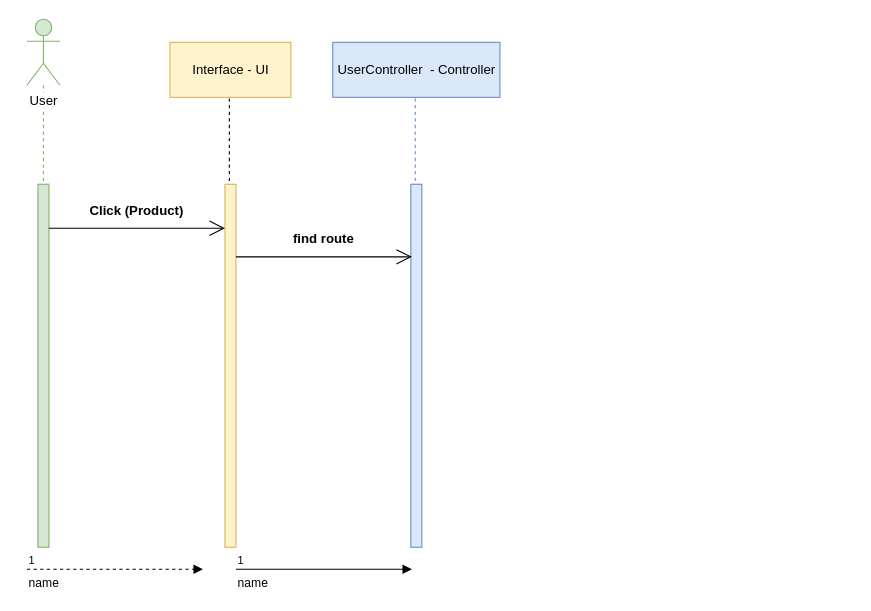
duyphuong403/PetCare keeps this draw.io diagram as page "Product" (2 of 3) of Guest-sequence.drawio. Above is the earlier version. Source tidied: cells renumbered, new cells numbered last; positions are measured from the earlier drawing's top-left corner, leaving out a move shared by most shapes. Both pictures are drawn from the tidied source at 110%, with x=0, y=0 at pixel (26, 19).
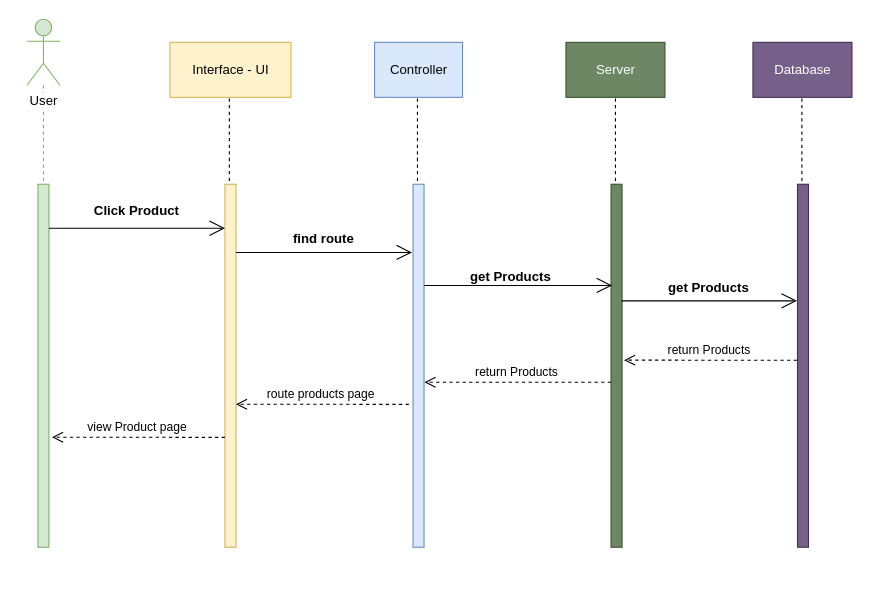
Above is the later version.

Unchanged cells that the change refers to:
```xml
<mxCell id="3" value="User" style="shape=umlActor;verticalLabelPosition=bottom;labelBackgroundColor=#ffffff;verticalAlign=top;html=1;fillColor=#d5e8d4;strokeColor=#82b366;" parent="1" vertex="1">
  <mxGeometry width="30" height="60" as="geometry" />
</mxCell>
```

The edit, as a diff of the source:
```diff
@@
-    <mxCell id="2" style="edgeStyle=orthogonalEdgeStyle;rounded=0;jettySize=auto;html=1;dashed=1;endArrow=none;endFill=0;fillColor=#d5e8d4;strokeColor=#82b366;" parent="1" edge="1" source="3" target="4">
-      <mxGeometry relative="1" as="geometry" />
-    </mxCell>
+    <mxCell id="19" style="edgeStyle=orthogonalEdgeStyle;rounded=0;jettySize=auto;html=1;dashed=1;endArrow=none;endFill=0;fillColor=#d5e8d4;strokeColor=#82b366;" parent="1" edge="1" source="3" target="20">
+      <mxGeometry relative="1" as="geometry" />
+    </mxCell>
@@
-    <mxCell id="4" style="html=1;points=[];perimeter=orthogonalPerimeter;fillColor=#d5e8d4;strokeColor=#82b366;" parent="1" vertex="1">
-      <mxGeometry x="10" y="150" width="10" height="330" as="geometry" />
-    </mxCell>
-    <mxCell id="5" style="edgeStyle=orthogonalEdgeStyle;rounded=0;orthogonalLoop=1;jettySize=auto;html=1;dashed=1;endArrow=none;endFill=0;" parent="1" edge="1">
-      <mxGeometry relative="1" as="geometry">
-        <mxPoint x="184" y="72" as="sourcePoint" />
-        <mxPoint x="184" y="152" as="targetPoint" />
-      </mxGeometry>
-    </mxCell>
+    <mxCell id="20" style="html=1;points=[];perimeter=orthogonalPerimeter;fillColor=#d5e8d4;strokeColor=#82b366;" parent="1" vertex="1">
+      <mxGeometry x="10" y="150" width="10" height="330" as="geometry" />
+    </mxCell>
+    <mxCell id="21" style="edgeStyle=orthogonalEdgeStyle;rounded=0;orthogonalLoop=1;jettySize=auto;html=1;dashed=1;endArrow=none;endFill=0;" parent="1" edge="1">
+      <mxGeometry relative="1" as="geometry">
+        <mxPoint x="184" y="72" as="sourcePoint" />
+        <mxPoint x="184" y="152" as="targetPoint" />
+      </mxGeometry>
+    </mxCell>
@@
-    <mxCell id="7" style="html=1;perimeter=orthogonalPerimeter;fillColor=#fff2cc;strokeColor=#d6b656;" parent="1" vertex="1">
-      <mxGeometry x="180" y="150" width="10" height="330" as="geometry" />
-    </mxCell>
-    <mxCell id="8" value="name" style="endArrow=block;endFill=1;html=1;edgeStyle=orthogonalEdgeStyle;align=left;verticalAlign=top;dashed=1;" parent="1" edge="1">
-      <mxGeometry x="-1" relative="1" as="geometry">
-        <mxPoint y="500" as="sourcePoint" />
-        <mxPoint x="160" y="500" as="targetPoint" />
-      </mxGeometry>
-    </mxCell>
-    <mxCell id="9" value="1" style="html=1;align=left;verticalAlign=bottom;labelBackgroundColor=#ffffff;fontSize=10;" parent="8" vertex="1">
-      <mxGeometry x="-1" relative="1" as="geometry" />
-    </mxCell>
-    <mxCell id="10" value="name" style="endArrow=block;endFill=1;html=1;edgeStyle=orthogonalEdgeStyle;align=left;verticalAlign=top;" parent="1" edge="1">
-      <mxGeometry x="-1" relative="1" as="geometry">
-        <mxPoint x="190" y="500" as="sourcePoint" />
-        <mxPoint x="350" y="500" as="targetPoint" />
-      </mxGeometry>
-    </mxCell>
-    <mxCell id="11" value="1" style="html=1;align=left;verticalAlign=bottom;labelBackgroundColor=#ffffff;fontSize=10;" parent="10" vertex="1">
-      <mxGeometry x="-1" relative="1" as="geometry" />
-    </mxCell>
-    <mxCell id="12" style="endArrow=open;endFill=1;endSize=12;html=1;" parent="1" edge="1">
-      <mxGeometry relative="1" as="geometry">
-        <mxPoint x="20" y="190" as="sourcePoint" />
-        <mxPoint x="180" y="190" as="targetPoint" />
-      </mxGeometry>
-    </mxCell>
-    <mxCell id="13" value="Click (Product)" style="text;align=center;fontStyle=1;verticalAlign=middle;spacingLeft=3;spacingRight=3;strokeColor=none;" parent="1" vertex="1">
-      <mxGeometry x="60" y="160" width="80" height="26" as="geometry" />
-    </mxCell>
-    <mxCell id="14" value="UserController&amp;nbsp; - Controller" style="html=1;fillColor=#dae8fc;strokeColor=#6c8ebf;verticalAlign=middle;" parent="1" vertex="1">
-      <mxGeometry x="278" y="21" width="152" height="50" as="geometry" />
-    </mxCell>
-    <mxCell id="15" style="edgeStyle=orthogonalEdgeStyle;rounded=0;orthogonalLoop=1;jettySize=auto;html=1;dashed=1;endArrow=none;endFill=0;fillColor=#dae8fc;strokeColor=#6c8ebf;" parent="1" edge="1">
-      <mxGeometry relative="1" as="geometry">
-        <mxPoint x="353" y="72" as="sourcePoint" />
-        <mxPoint x="353" y="152" as="targetPoint" />
-      </mxGeometry>
-    </mxCell>
-    <mxCell id="16" style="html=1;perimeter=orthogonalPerimeter;fillColor=#dae8fc;strokeColor=#6c8ebf;" parent="1" vertex="1">
-      <mxGeometry x="349" y="150" width="10" height="330" as="geometry" />
-    </mxCell>
-    <mxCell id="17" style="endArrow=open;endFill=1;endSize=12;html=1;" parent="1" edge="1">
-      <mxGeometry relative="1" as="geometry">
-        <mxPoint x="190" y="216" as="sourcePoint" />
-        <mxPoint x="350" y="216" as="targetPoint" />
-      </mxGeometry>
-    </mxCell>
+    <mxCell id="22" style="html=1;perimeter=orthogonalPerimeter;fillColor=#fff2cc;strokeColor=#d6b656;" parent="1" vertex="1">
+      <mxGeometry x="180" y="150" width="10" height="330" as="geometry" />
+    </mxCell>
+    <mxCell id="23" style="endArrow=open;endFill=1;endSize=12;html=1;" parent="1" edge="1" source="20">
+      <mxGeometry relative="1" as="geometry">
+        <mxPoint x="180" y="190" as="targetPoint" />
+      </mxGeometry>
+    </mxCell>
+    <mxCell id="24" value="Click Product" style="text;align=center;fontStyle=1;verticalAlign=middle;spacingLeft=3;spacingRight=3;strokeColor=none;" parent="1" vertex="1">
+      <mxGeometry x="60" y="160" width="80" height="26" as="geometry" />
+    </mxCell>
+    <mxCell id="25" value="Controller" style="html=1;fillColor=#dae8fc;strokeColor=#6c8ebf;verticalAlign=middle;" parent="1" vertex="1">
+      <mxGeometry x="316" y="21" width="80" height="50" as="geometry" />
+    </mxCell>
+    <mxCell id="26" style="edgeStyle=orthogonalEdgeStyle;rounded=0;orthogonalLoop=1;jettySize=auto;html=1;dashed=1;endArrow=none;endFill=0;fillColor=#dae8fc;strokeColor=#000000;" parent="1" edge="1">
+      <mxGeometry relative="1" as="geometry">
+        <mxPoint x="355" y="72" as="sourcePoint" />
+        <mxPoint x="355" y="152" as="targetPoint" />
+      </mxGeometry>
+    </mxCell>
+    <mxCell id="27" style="html=1;perimeter=orthogonalPerimeter;fillColor=#dae8fc;strokeColor=#6c8ebf;" parent="1" vertex="1">
+      <mxGeometry x="351" y="150" width="10" height="330" as="geometry" />
+    </mxCell>
+    <mxCell id="28" style="endArrow=open;endFill=1;endSize=12;html=1;" parent="1" edge="1">
+      <mxGeometry relative="1" as="geometry">
+        <mxPoint x="190" y="212" as="sourcePoint" />
+        <mxPoint x="350" y="212" as="targetPoint" />
+      </mxGeometry>
+    </mxCell>
@@
+    <mxCell id="29" value="Server" style="html=1;fillColor=#6d8764;strokeColor=#3A5431;verticalAlign=middle;fontColor=#ffffff;" parent="1" vertex="1">
+      <mxGeometry x="490" y="21" width="90" height="50" as="geometry" />
+    </mxCell>
+    <mxCell id="30" style="edgeStyle=orthogonalEdgeStyle;rounded=0;orthogonalLoop=1;jettySize=auto;html=1;dashed=1;endArrow=none;endFill=0;fillColor=#dae8fc;strokeColor=#000000;" parent="1" edge="1">
+      <mxGeometry relative="1" as="geometry">
+        <mxPoint x="535" y="72" as="sourcePoint" />
+        <mxPoint x="535" y="152" as="targetPoint" />
+      </mxGeometry>
+    </mxCell>
+    <mxCell id="31" style="html=1;points=[];perimeter=orthogonalPerimeter;fillColor=#6d8764;strokeColor=#3A5431;fontColor=#ffffff;" parent="1" vertex="1">
+      <mxGeometry x="531" y="150" width="10" height="330" as="geometry" />
+    </mxCell>
+    <mxCell id="32" style="endArrow=open;endFill=1;endSize=12;html=1;" parent="1" edge="1">
+      <mxGeometry relative="1" as="geometry">
+        <mxPoint x="361" y="242" as="sourcePoint" />
+        <mxPoint x="532" y="242" as="targetPoint" />
+      </mxGeometry>
+    </mxCell>
+    <mxCell id="33" style="edgeStyle=orthogonalEdgeStyle;rounded=0;orthogonalLoop=1;jettySize=auto;html=1;dashed=1;endArrow=none;endFill=0;fillColor=#dae8fc;strokeColor=#000000;" parent="1" edge="1">
+      <mxGeometry relative="1" as="geometry">
+        <mxPoint x="704.5" y="72" as="sourcePoint" />
+        <mxPoint x="704.5" y="152" as="targetPoint" />
+      </mxGeometry>
+    </mxCell>
+    <mxCell id="34" style="html=1;perimeter=orthogonalPerimeter;fillColor=#76608a;strokeColor=#432D57;fontColor=#ffffff;" parent="1" vertex="1">
+      <mxGeometry x="700.5" y="150" width="10" height="330" as="geometry" />
+    </mxCell>
+    <mxCell id="35" value="Database" style="html=1;fillColor=#76608a;strokeColor=#432D57;verticalAlign=middle;fontColor=#ffffff;" parent="1" vertex="1">
+      <mxGeometry x="660" y="21" width="90" height="50" as="geometry" />
+    </mxCell>
+    <mxCell id="36" style="endArrow=open;endFill=1;endSize=12;html=1;" parent="1" edge="1">
+      <mxGeometry relative="1" as="geometry">
+        <mxPoint x="540.5" y="256" as="sourcePoint" />
+        <mxPoint x="700" y="256" as="targetPoint" />
+      </mxGeometry>
+    </mxCell>
+    <mxCell id="37" value="get Products" style="text;align=center;fontStyle=1;verticalAlign=middle;spacingLeft=3;spacingRight=3;strokeColor=none;" parent="1" vertex="1">
+      <mxGeometry x="400" y="220" width="80" height="26" as="geometry" />
+    </mxCell>
+    <mxCell id="38" value="get Products" style="text;align=center;fontStyle=1;verticalAlign=middle;spacingLeft=3;spacingRight=3;strokeColor=none;" parent="1" vertex="1">
+      <mxGeometry x="580" y="230" width="80" height="26" as="geometry" />
+    </mxCell>
+    <mxCell id="39" value="return Products" style="html=1;verticalAlign=bottom;endArrow=open;dashed=1;endSize=8;strokeColor=#000000;entryX=1.18;entryY=0.521;entryDx=0;entryDy=0;entryPerimeter=0;" parent="1" edge="1">
+      <mxGeometry x="0.02" relative="1" as="geometry">
+        <mxPoint x="700" y="310" as="sourcePoint" />
+        <mxPoint x="542.8" y="309.9" as="targetPoint" />
+      </mxGeometry>
+    </mxCell>
+    <mxCell id="40" value="return Products" style="html=1;verticalAlign=bottom;endArrow=open;dashed=1;endSize=8;strokeColor=#000000;entryX=1.18;entryY=0.521;entryDx=0;entryDy=0;entryPerimeter=0;" parent="1" edge="1" source="31">
+      <mxGeometry x="0.02" relative="1" as="geometry">
+        <mxPoint x="361.4" y="330" as="targetPoint" />
+      </mxGeometry>
+    </mxCell>
+    <mxCell id="41" value="route products page" style="html=1;verticalAlign=bottom;endArrow=open;dashed=1;endSize=8;strokeColor=#000000;entryX=1.18;entryY=0.521;entryDx=0;entryDy=0;entryPerimeter=0;" parent="1" edge="1">
+      <mxGeometry x="0.02" relative="1" as="geometry">
+        <mxPoint x="347.2" y="350.1" as="sourcePoint" />
+        <mxPoint x="190" y="350" as="targetPoint" />
+      </mxGeometry>
+    </mxCell>
+    <mxCell id="42" value="view Product page" style="html=1;verticalAlign=bottom;endArrow=open;dashed=1;endSize=8;strokeColor=#000000;entryX=1.18;entryY=0.521;entryDx=0;entryDy=0;entryPerimeter=0;" parent="1" edge="1">
+      <mxGeometry x="0.02" relative="1" as="geometry">
+        <mxPoint x="180" y="380.1" as="sourcePoint" />
+        <mxPoint x="22.8" y="380" as="targetPoint" />
+      </mxGeometry>
+    </mxCell>
```
